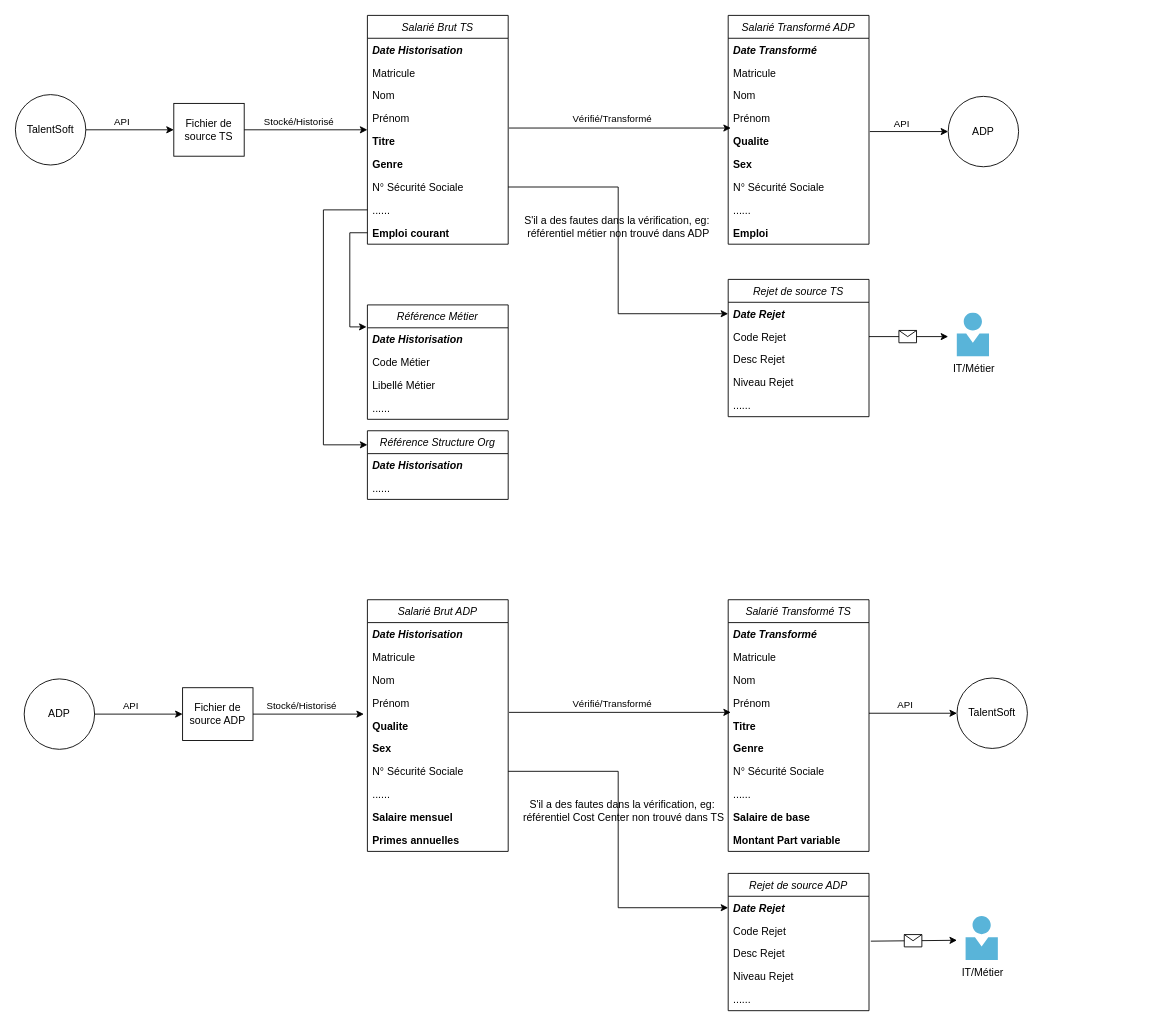
Above: Schema Interface SIRH.drawio in YLIUSBI/Motul-Interface-SIRH (draw.io), before the change. Source tidied: cells renumbered, new cells numbered last; positions are measured from the earlier drawing's top-left corner, leaving out a move shared by most shapes. Both pictures are drawn from the tidied source at 88%, with x=0, y=0 at pixel (15, 15).
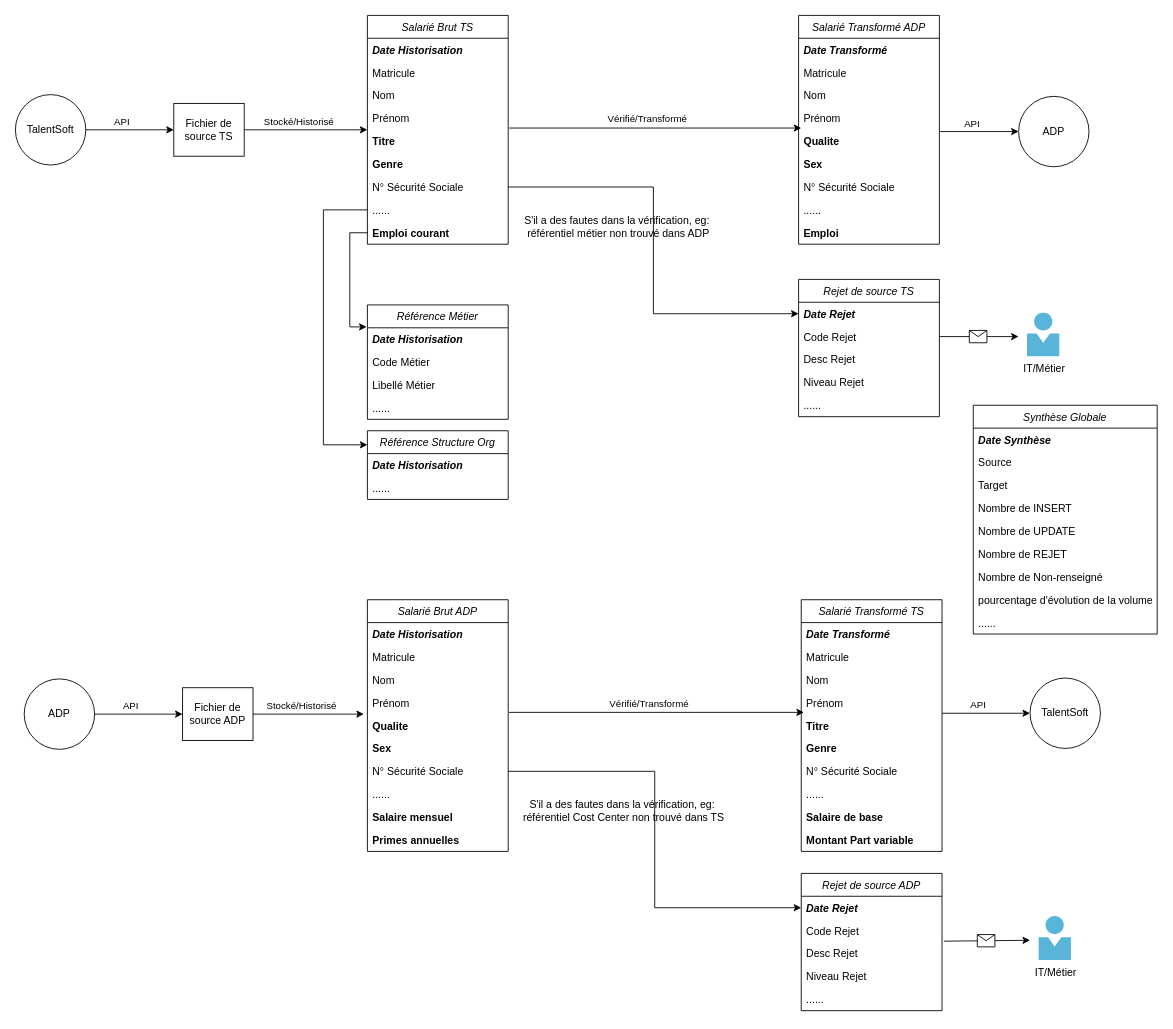
Above is the later version.

Commit message (it also covers changes not shown here):
Mettre à jour Schema Interface SIRH.drawio

The change refers to these unchanged cells:
```xml
<mxCell id="43" value="Code Rejet" style="text;align=left;verticalAlign=top;spacingLeft=4;spacingRight=4;overflow=hidden;points=[[0,0.5],[1,0.5]];portConstraint=eastwest;fontStyle=0;" parent="41" vertex="1">
  <mxGeometry y="52" width="160" height="26" as="geometry" />
</mxCell>
<mxCell id="84" value="Code Rejet" style="text;align=left;verticalAlign=top;spacingLeft=4;spacingRight=4;overflow=hidden;points=[[0,0.5],[1,0.5]];portConstraint=eastwest;" parent="82" vertex="1">
  <mxGeometry y="52" width="160" height="26" as="geometry" />
</mxCell>
```

Change to the diagram source:
```diff
@@
     <mxCell id="26" value="Salarié Transformé ADP" style="swimlane;fontStyle=2;align=center;verticalAlign=top;horizontal=1;startSize=26;rounded=0;shadow=0;strokeWidth=1;" parent="1" vertex="1">
-      <mxGeometry x="810" width="160" height="260" as="geometry" />
+      <mxGeometry x="890" width="160" height="260" as="geometry" />
     </mxCell>
@@
     <mxCell id="38" value="ADP" style="ellipse;whiteSpace=wrap;html=1;" parent="1" vertex="1">
-      <mxGeometry x="1060" y="92" width="80" height="80" as="geometry" />
+      <mxGeometry x="1140" y="92" width="80" height="80" as="geometry" />
     </mxCell>
@@
     <mxCell id="41" value="Rejet de source TS" style="swimlane;fontStyle=2;align=center;verticalAlign=top;horizontal=1;startSize=26;rounded=0;shadow=0;strokeWidth=1;" parent="1" vertex="1">
-      <mxGeometry x="810" y="300" width="160" height="156" as="geometry" />
+      <mxGeometry x="890" y="300" width="160" height="156" as="geometry" />
     </mxCell>
@@
     <mxCell id="66" value="Salarié Transformé TS" style="swimlane;fontStyle=2;align=center;verticalAlign=top;horizontal=1;startSize=26;rounded=0;shadow=0;strokeWidth=1;" parent="1" vertex="1">
-      <mxGeometry x="810" y="664" width="160" height="286" as="geometry" />
+      <mxGeometry x="893" y="664" width="160" height="286" as="geometry" />
     </mxCell>
@@
     <mxCell id="79" value="TalentSoft" style="ellipse;whiteSpace=wrap;html=1;" parent="1" vertex="1">
-      <mxGeometry x="1070" y="753" width="80" height="80" as="geometry" />
+      <mxGeometry x="1153" y="753" width="80" height="80" as="geometry" />
     </mxCell>
@@
     <mxCell id="82" value="Rejet de source ADP" style="swimlane;fontStyle=2;align=center;verticalAlign=top;horizontal=1;startSize=26;rounded=0;shadow=0;strokeWidth=1;" parent="1" vertex="1">
-      <mxGeometry x="810" y="975" width="160" height="156" as="geometry" />
+      <mxGeometry x="893" y="975" width="160" height="156" as="geometry" />
     </mxCell>
@@
     <mxCell id="90" style="endArrow=classic;html=1;rounded=0;exitX=1;exitY=0.5;exitDx=0;exitDy=0;" parent="1" edge="1" source="43">
       <mxGeometry relative="1" as="geometry">
-        <mxPoint x="1060" y="365" as="targetPoint" />
+        <mxPoint x="1140" y="365" as="targetPoint" />
       </mxGeometry>
     </mxCell>
@@
     <mxCell id="92" value="IT/Métier" style="image;sketch=0;html=1;align=center;fontSize=12;image=img/lib/mscae/Person.svg;" parent="1" vertex="1">
-      <mxGeometry x="1070" y="338" width="37" height="50" as="geometry" />
+      <mxGeometry x="1150" y="338" width="37" height="50" as="geometry" />
     </mxCell>
     <mxCell id="93" style="endArrow=classic;html=1;rounded=0;exitX=1.013;exitY=0.962;exitDx=0;exitDy=0;exitPerimeter=0;" parent="1" edge="1" source="84">
       <mxGeometry relative="1" as="geometry">
-        <mxPoint x="1070" y="1051" as="targetPoint" />
+        <mxPoint x="1153" y="1051" as="targetPoint" />
       </mxGeometry>
     </mxCell>
@@
     <mxCell id="95" value="IT/Métier" style="image;sketch=0;html=1;align=center;fontSize=12;image=img/lib/mscae/Person.svg;" parent="1" vertex="1">
-      <mxGeometry x="1080" y="1024" width="37" height="50" as="geometry" />
+      <mxGeometry x="1163" y="1024" width="37" height="50" as="geometry" />
     </mxCell>
@@
+    <mxCell id="98" value="Synthèse Globale" style="swimlane;fontStyle=2;align=center;verticalAlign=top;horizontal=1;startSize=26;rounded=0;shadow=0;strokeWidth=1;" parent="1" vertex="1">
+      <mxGeometry x="1088.5" y="443" width="209" height="260" as="geometry" />
+    </mxCell>
+    <mxCell id="99" value="Date Synthèse" style="text;align=left;verticalAlign=top;spacingLeft=4;spacingRight=4;overflow=hidden;fontStyle=3;" parent="98" vertex="1">
+      <mxGeometry y="26" width="209" height="26" as="geometry" />
+    </mxCell>
+    <mxCell id="100" value="Source" style="text;align=left;verticalAlign=top;spacingLeft=4;spacingRight=4;overflow=hidden;fontStyle=0;" parent="98" vertex="1">
+      <mxGeometry y="52" width="209" height="26" as="geometry" />
+    </mxCell>
+    <mxCell id="101" value="Target" style="text;align=left;verticalAlign=top;spacingLeft=4;spacingRight=4;overflow=hidden;fontStyle=0;" parent="98" vertex="1">
+      <mxGeometry y="78" width="209" height="26" as="geometry" />
+    </mxCell>
+    <mxCell id="102" value="Nombre de INSERT" style="text;align=left;verticalAlign=top;spacingLeft=4;spacingRight=4;overflow=hidden;fontStyle=0;" parent="98" vertex="1">
+      <mxGeometry y="104" width="209" height="26" as="geometry" />
+    </mxCell>
+    <mxCell id="103" value="Nombre de UPDATE" style="text;align=left;verticalAlign=top;spacingLeft=4;spacingRight=4;overflow=hidden;" parent="98" vertex="1">
+      <mxGeometry y="130" width="209" height="26" as="geometry" />
+    </mxCell>
+    <mxCell id="104" value="Nombre de REJET" style="text;align=left;verticalAlign=top;spacingLeft=4;spacingRight=4;overflow=hidden;" parent="98" vertex="1">
+      <mxGeometry y="156" width="209" height="26" as="geometry" />
+    </mxCell>
+    <mxCell id="105" value="Nombre de Non-renseigné" style="text;align=left;verticalAlign=top;spacingLeft=4;spacingRight=4;overflow=hidden;" parent="98" vertex="1">
+      <mxGeometry y="182" width="209" height="26" as="geometry" />
+    </mxCell>
+    <mxCell id="106" value="pourcentage d'évolution de la volume" style="text;align=left;verticalAlign=top;spacingLeft=4;spacingRight=4;overflow=hidden;" parent="98" vertex="1">
+      <mxGeometry y="208" width="209" height="26" as="geometry" />
+    </mxCell>
+    <mxCell id="107" value="......" style="text;align=left;verticalAlign=top;spacingLeft=4;spacingRight=4;overflow=hidden;" parent="98" vertex="1">
+      <mxGeometry y="234" width="209" height="26" as="geometry" />
+    </mxCell>
```
